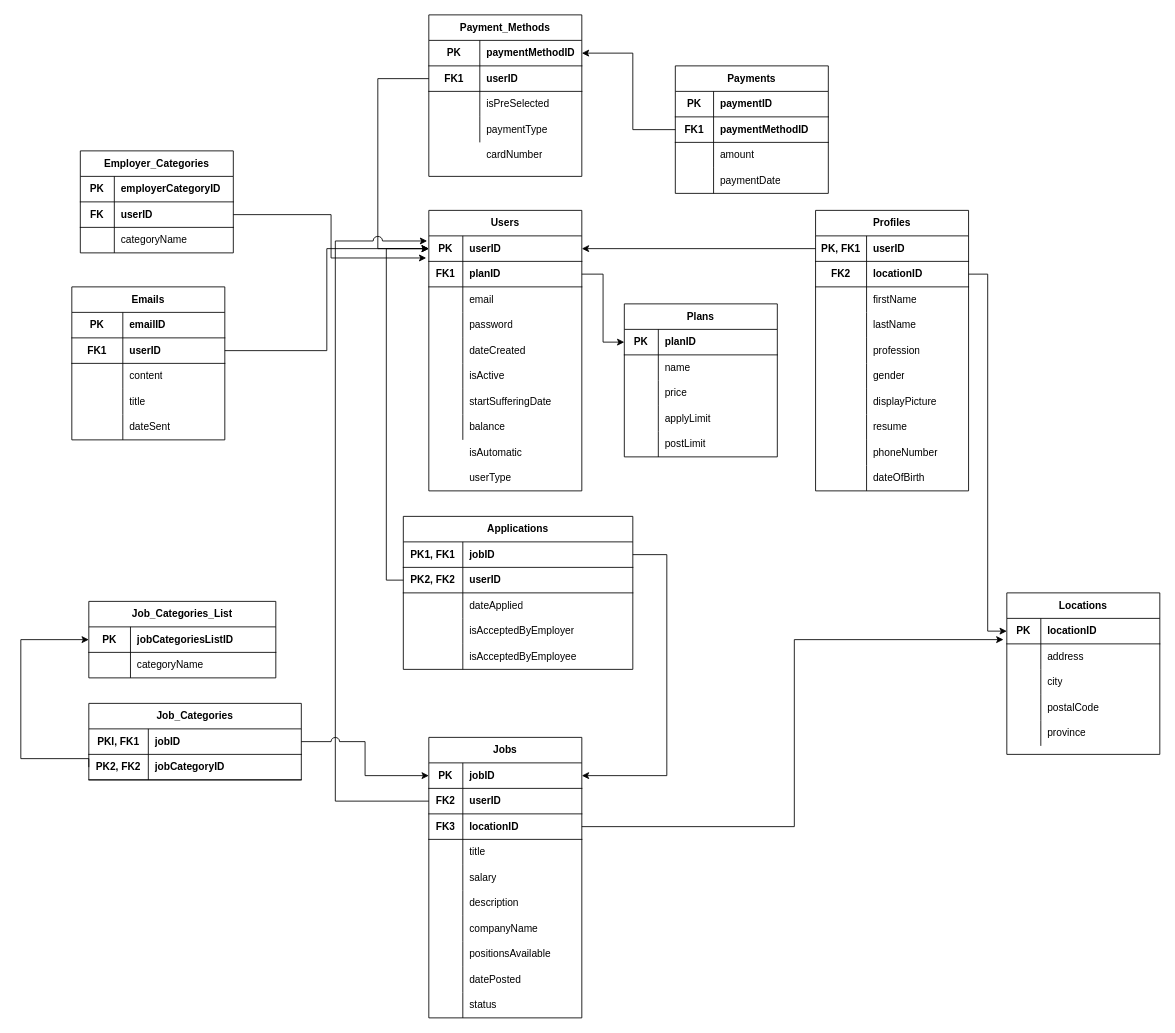
gordonpn/web-career-portal-clone keeps this draw.io diagram as docs/DBProject-Relational-Schema.drawio. Above is the earlier version. Source tidied: cells renumbered, new cells numbered last; positions are measured from the earlier drawing's top-left corner, leaving out a move shared by most shapes. Both pictures are drawn from the tidied source at 85%, with x=0, y=0 at pixel (20, 14).
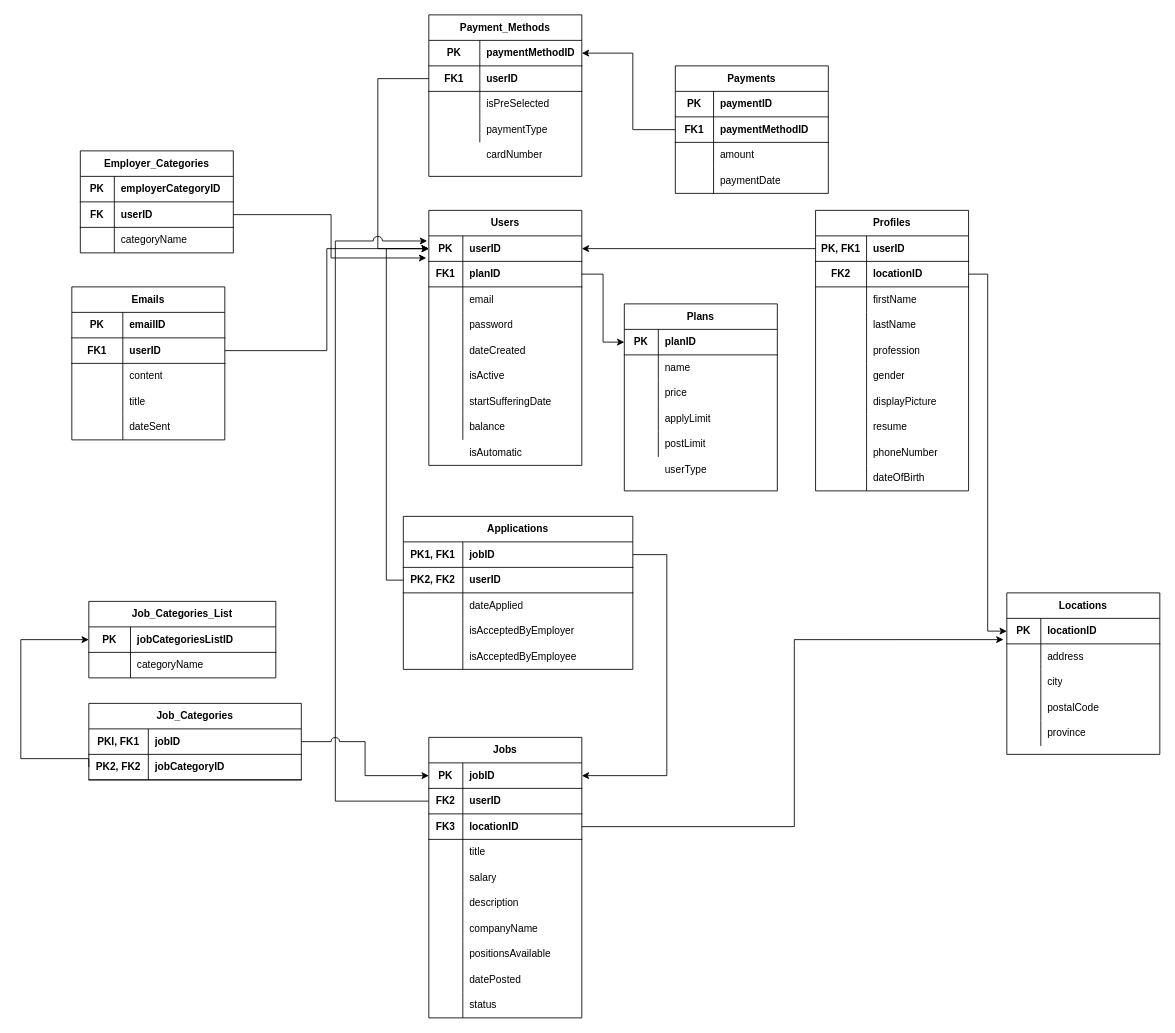
Above is the later version.

Commit message:
Move userType to plans

Change to the diagram source:
```diff
@@
     <mxCell id="2" value="Users" style="shape=table;html=1;whiteSpace=wrap;startSize=30;childLayout=tableLayout;rowLines=0;fontStyle=1;align=center;" parent="1" vertex="1">
-      <mxGeometry x="480" y="230" width="180" height="330" as="geometry" />
+      <mxGeometry x="480" y="230" width="180" height="300" as="geometry" />
     </mxCell>
@@
     <mxCell id="113" value="Plans" style="shape=table;html=1;whiteSpace=wrap;startSize=30;childLayout=tableLayout;rowLines=0;fontStyle=1;align=center;" parent="1" vertex="1">
-      <mxGeometry x="710" y="340" width="180" height="180" as="geometry" />
+      <mxGeometry x="710" y="340" width="180" height="220" as="geometry" />
     </mxCell>
@@
-    <mxCell id="130" value="userType" style="shape=partialRectangle;html=1;whiteSpace=wrap;fillColor=none;top=0;left=0;bottom=0;right=0;align=left;spacingLeft=6;overflow=hidden;" parent="1" vertex="1">
+    <mxCell id="130" style="shape=partialRectangle;html=1;whiteSpace=wrap;fillColor=none;top=0;left=0;bottom=0;right=0;align=left;spacingLeft=6;overflow=hidden;" parent="1" vertex="1">
       <mxGeometry x="520" y="530" width="140" height="30" as="geometry" />
     </mxCell>
@@
+    <mxCell id="219" value="userType" style="shape=partialRectangle;html=1;whiteSpace=wrap;fillColor=none;top=0;left=0;bottom=0;right=0;align=left;spacingLeft=6;overflow=hidden;" parent="1" vertex="1">
+      <mxGeometry x="750" y="520" width="140" height="30" as="geometry" />
+    </mxCell>
```
